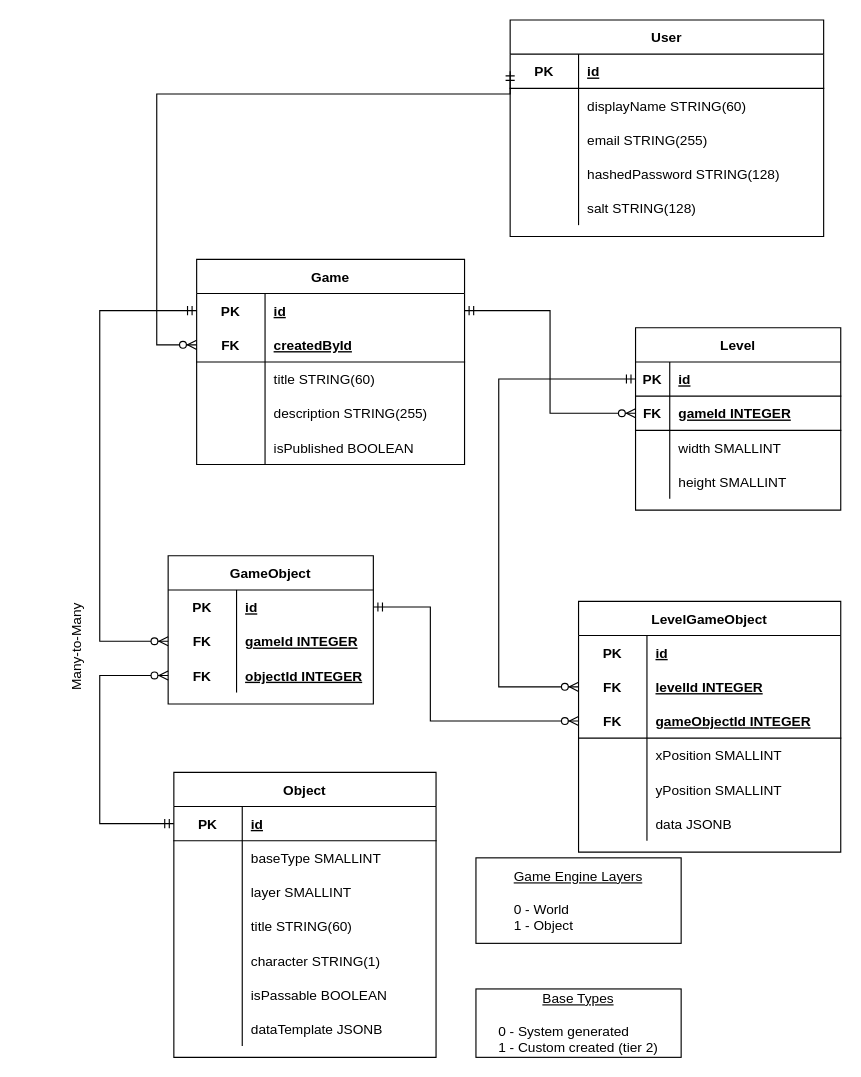
Before: docs/DatabaseERD - tier 1.drawio in CS4450-ASCII/ASCIIDungeons, a draw.io diagram. Source tidied: cells renumbered, new cells numbered last; positions are measured from the earlier drawing's top-left corner, leaving out a move shared by most shapes. Both pictures are drawn from the tidied source at 114%, with x=0, y=0 at pixel (19, 19).
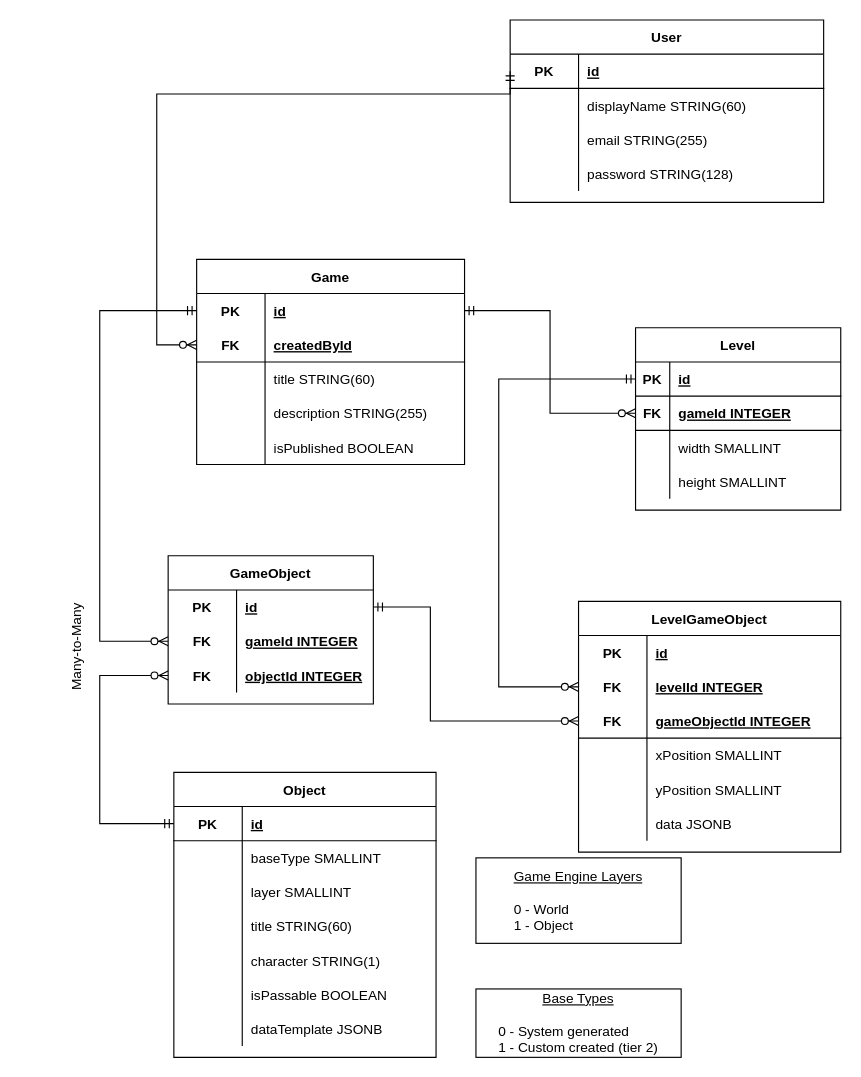
The same page after the edit.

Commit message (it also covers changes not shown here):
- Move password hashing to the user model - Add Game model and migration - Add user and game seeders

The change refers to these unchanged cells:
```xml
<mxCell id="12" style="shape=partialRectangle;fillColor=none;top=0;left=0;bottom=0;right=0;" parent="2" vertex="1">
  <mxGeometry y="120" width="275" height="30" as="geometry" />
</mxCell>
```

What changed in the source:
```diff
@@
     <mxCell id="2" value="User" style="shape=table;startSize=30;childLayout=tableLayout;rowLines=0;fontStyle=1;align=center;" parent="1" vertex="1">
-      <mxGeometry x="430" width="275" height="190" as="geometry" />
+      <mxGeometry x="430" width="275" height="160" as="geometry" />
     </mxCell>
@@
-    <mxCell id="14" value="hashedPassword STRING(128)" style="shape=partialRectangle;fillColor=none;top=0;left=0;bottom=0;right=0;align=left;spacingLeft=6;overflow=hidden;" parent="12" vertex="1">
+    <mxCell id="14" value="password STRING(128)" style="shape=partialRectangle;fillColor=none;top=0;left=0;bottom=0;right=0;align=left;spacingLeft=6;overflow=hidden;" parent="12" vertex="1">
       <mxGeometry x="60" width="215" height="30" as="geometry" />
     </mxCell>
-    <mxCell id="15" style="shape=partialRectangle;fillColor=none;top=0;left=0;bottom=0;right=0;" parent="2" vertex="1">
-      <mxGeometry y="150" width="275" height="30" as="geometry" />
-    </mxCell>
-    <mxCell id="16" style="shape=partialRectangle;fillColor=none;top=0;left=0;bottom=0;right=0;overflow=hidden;" parent="15" vertex="1">
-      <mxGeometry width="60" height="30" as="geometry" />
-    </mxCell>
-    <mxCell id="17" value="salt STRING(128)" style="shape=partialRectangle;fillColor=none;top=0;left=0;bottom=0;right=0;align=left;spacingLeft=6;overflow=hidden;" parent="15" vertex="1">
-      <mxGeometry x="60" width="215" height="30" as="geometry" />
-    </mxCell>
```
